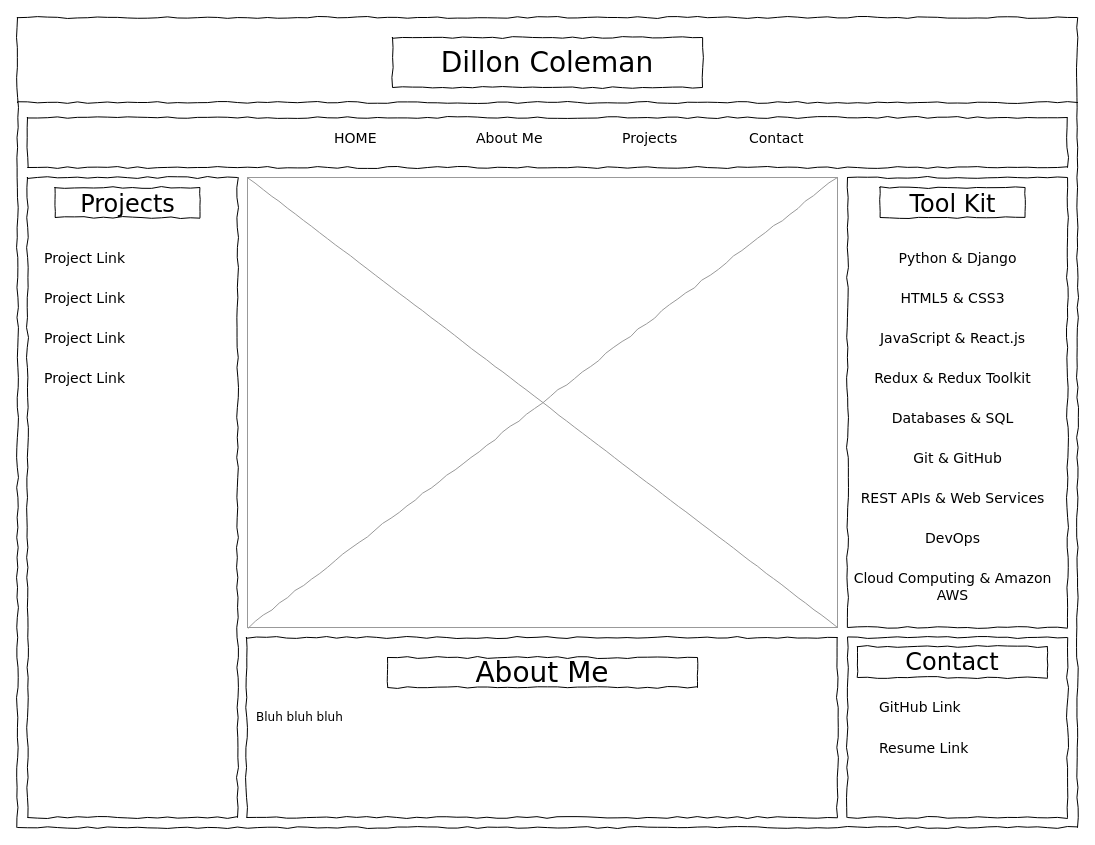
Earlier version of the draw.io diagram wireframePortfolio.drawio (coleman399/HTML_Portfolio_REPO). Source tidied: cells renumbered, new cells numbered last; positions are measured from the earlier drawing's top-left corner, leaving out a move shared by most shapes. Both pictures are drawn from the tidied source at 100%, with x=0, y=0 at pixel (17, 17).
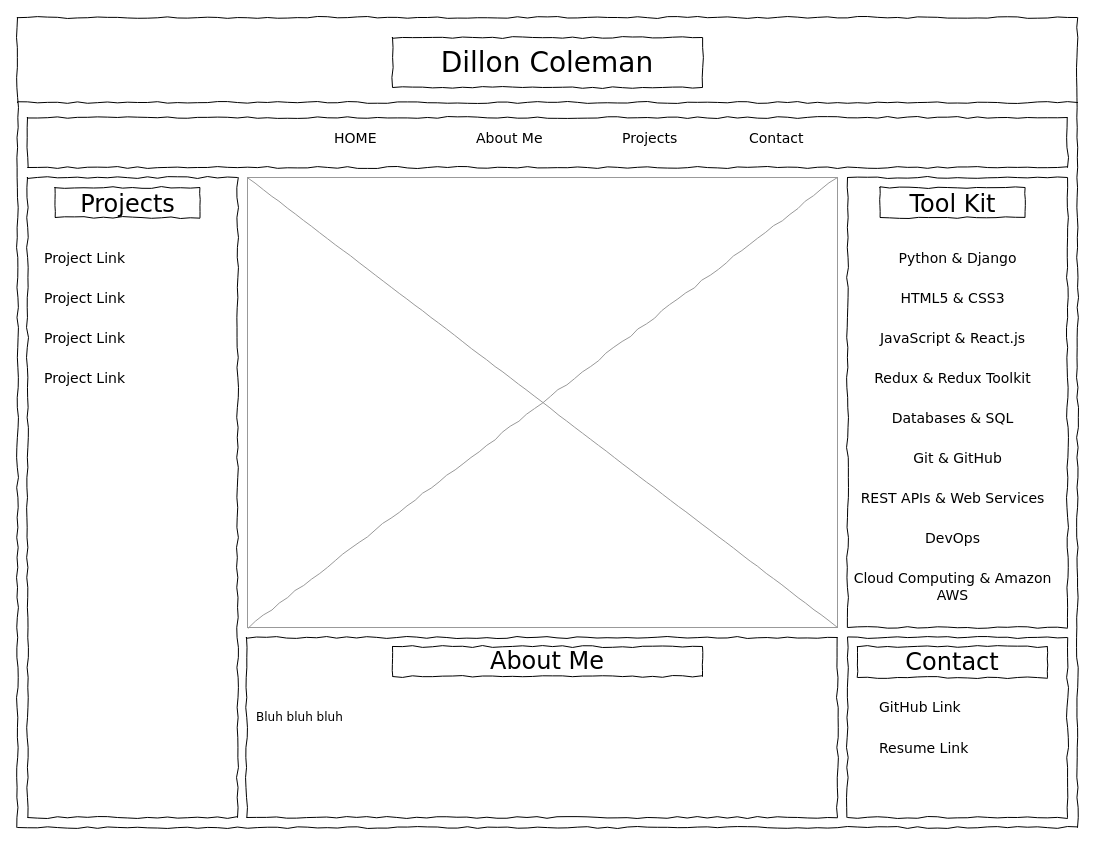
The same diagram, later.

What changed in the source:
```diff
@@
-    <mxCell id="28" value="About Me" style="whiteSpace=wrap;html=1;rounded=0;shadow=0;labelBackgroundColor=none;strokeWidth=1;fontFamily=Verdana;fontSize=28;align=center;comic=1;" parent="1" vertex="1">
-      <mxGeometry x="370" y="640" width="310" height="30" as="geometry" />
+    <mxCell id="28" value="About Me" style="whiteSpace=wrap;html=1;rounded=0;shadow=0;labelBackgroundColor=none;strokeWidth=1;fontFamily=Verdana;fontSize=24;align=center;comic=1;" parent="1" vertex="1">
+      <mxGeometry x="375" y="629" width="310" height="30" as="geometry" />
     </mxCell>
```
